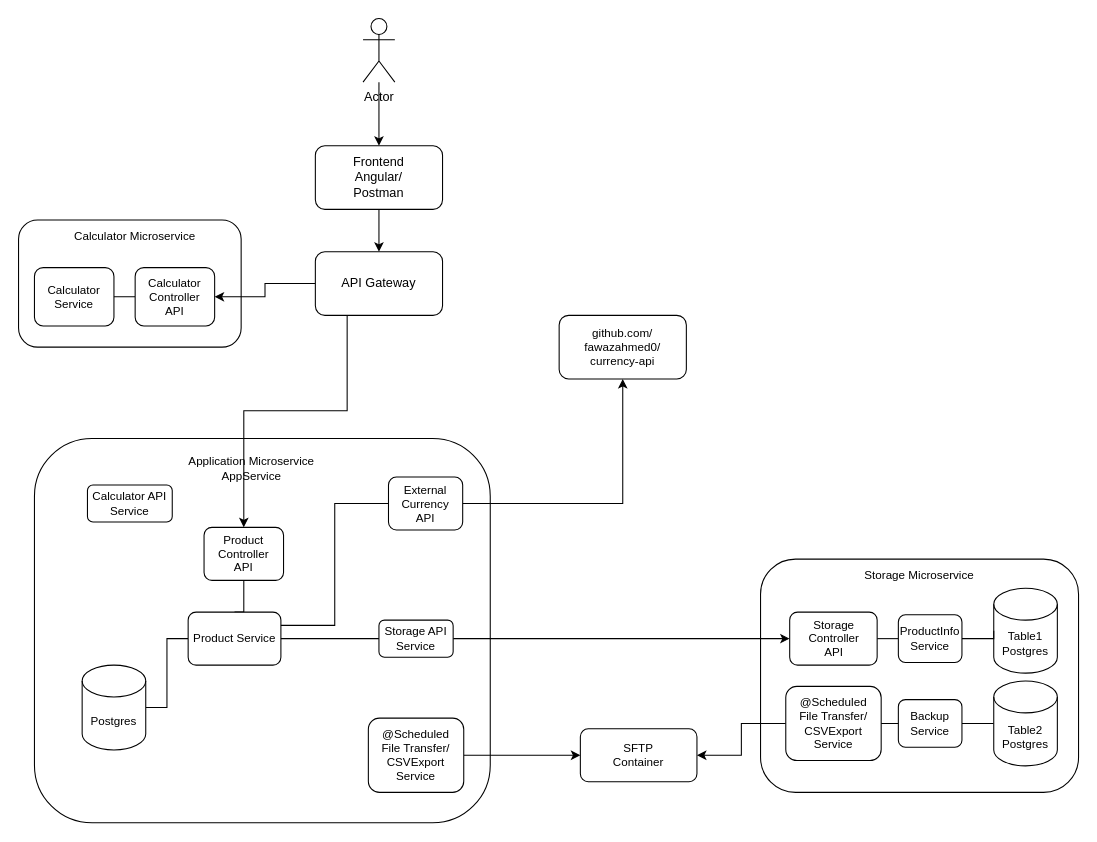
Earlier version of the draw.io diagram architecture-diagram/ArchitectureDiagramNoMQ.drawio (sayildiz/kbe_documentation). Source tidied: cells renumbered, new cells numbered last; positions are measured from the earlier drawing's top-left corner, leaving out a move shared by most shapes. Both pictures are drawn from the tidied source at 106%, with x=0, y=0 at pixel (18, 18).
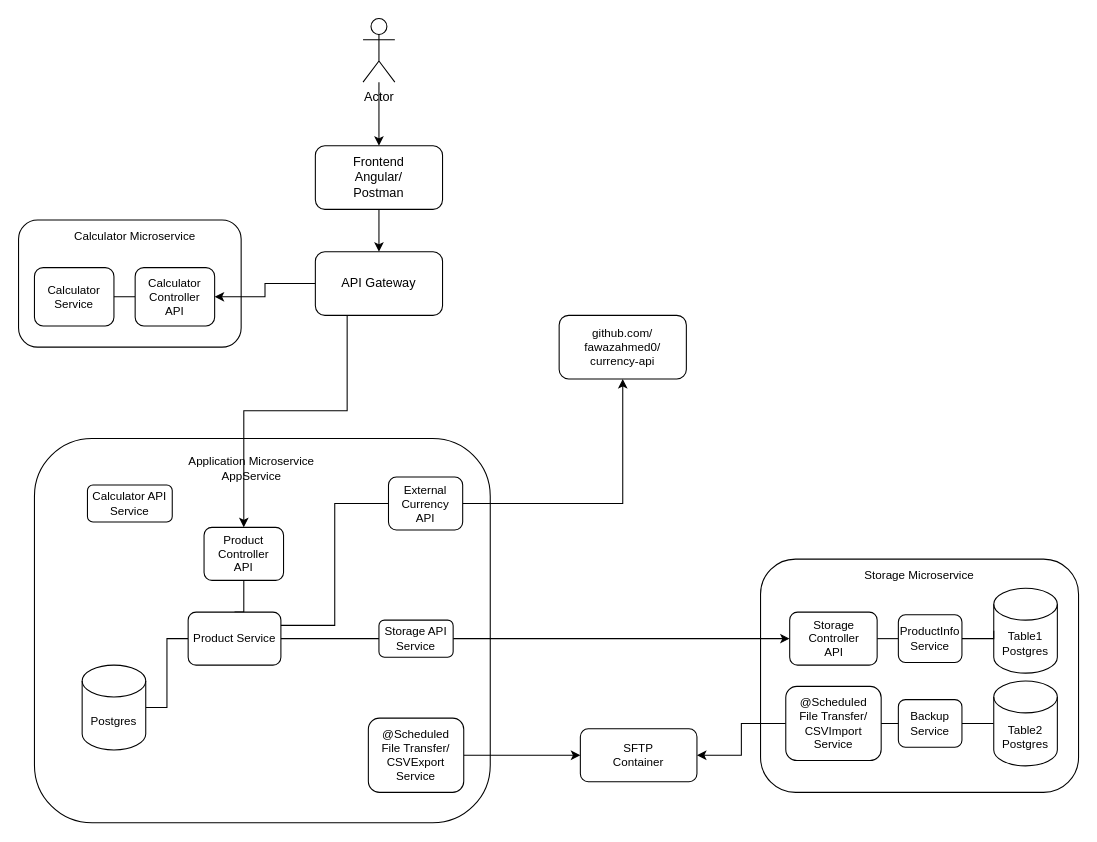
The same page after the edit.

Commit message (it also covers changes not shown here):
fix architecture diagram

The edit, as a diff of the source:
```diff
@@
-    <mxCell id="36" value="@Scheduled&lt;br&gt;File Transfer/&lt;br&gt;CSVExport&lt;br&gt;Service" style="rounded=1;whiteSpace=wrap;html=1;fontSize=11;" parent="1" vertex="1">
+    <mxCell id="36" value="@Scheduled&lt;br&gt;File Transfer/&lt;br&gt;CSVImport&lt;br&gt;Service" style="rounded=1;whiteSpace=wrap;html=1;fontSize=11;" parent="1" vertex="1">
       <mxGeometry x="723.8" y="630" width="90" height="70" as="geometry" />
     </mxCell>
```
